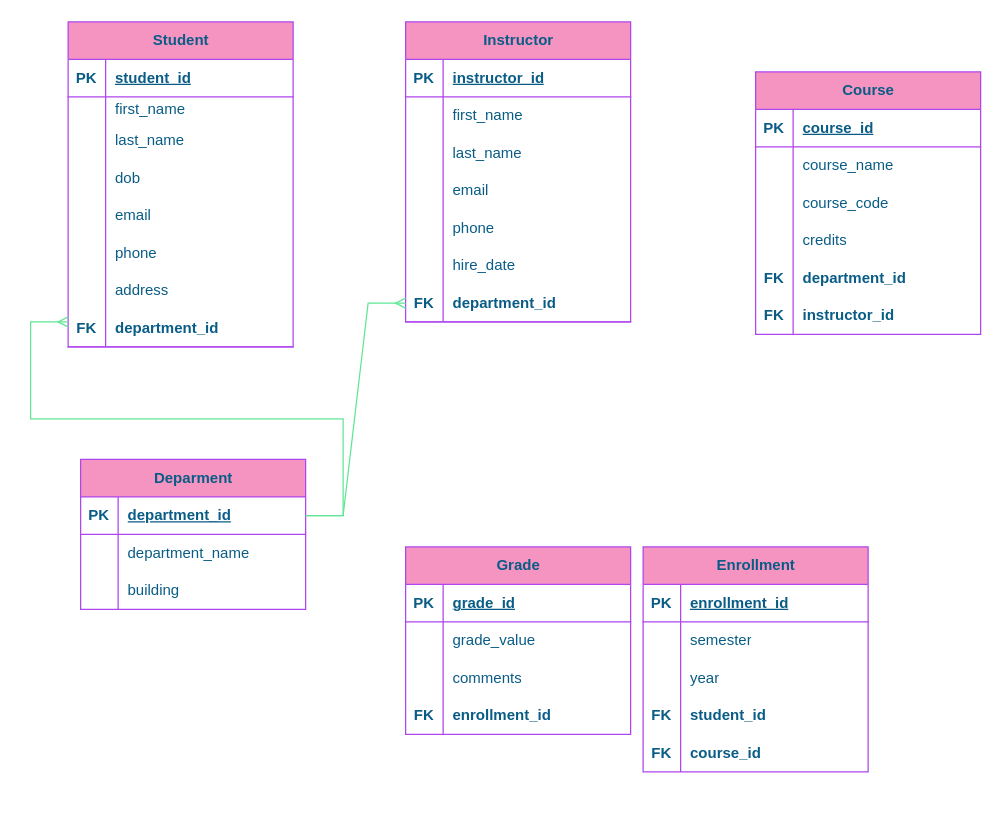
Earlier version of the draw.io diagram ERver1.drawio (queencherryd/CS1103). Source tidied: cells renumbered, new cells numbered last; positions are measured from the earlier drawing's top-left corner, leaving out a move shared by most shapes. Both pictures are drawn from the tidied source at 125%, with x=0, y=0 at pixel (68, 21).
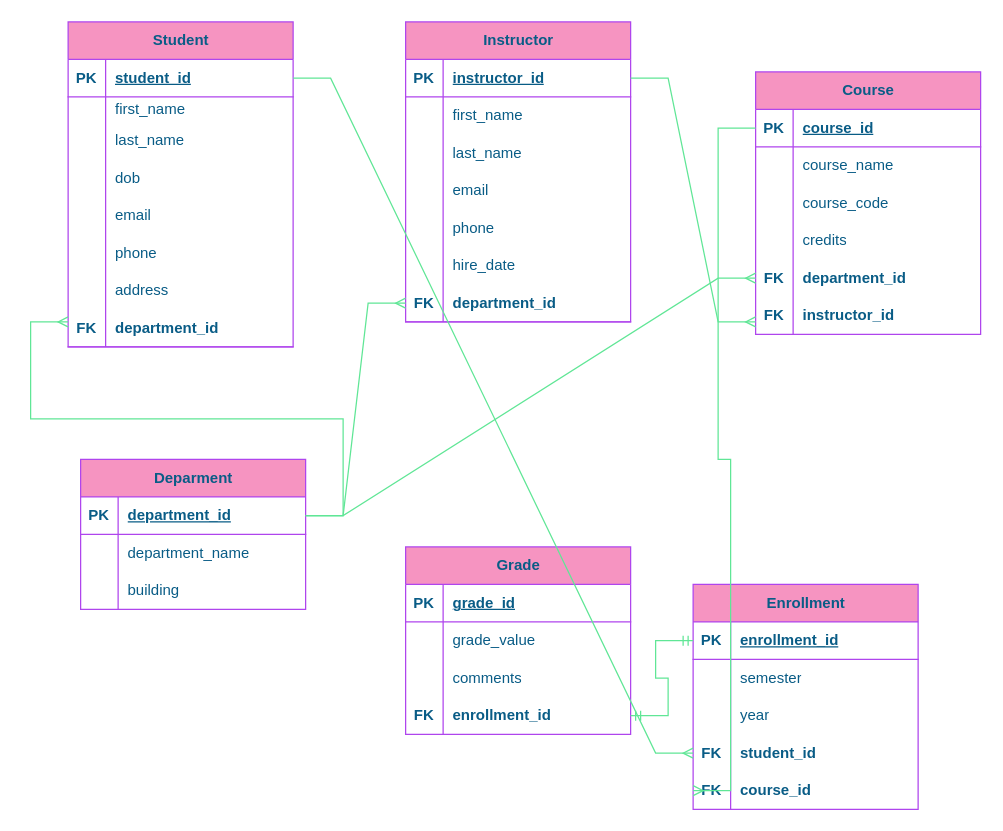
After the change.

Unchanged cells that the change refers to:
```xml
<mxCell id="3" style="shape=tableRow;horizontal=0;startSize=0;swimlaneHead=0;swimlaneBody=0;fillColor=none;points=[[0,0.5],[1,0.5]];portConstraint=eastwest;top=0;left=0;right=0;bottom=1;labelBackgroundColor=none;strokeColor=#AF45ED;fontColor=#095C86;" parent="2" vertex="1">
  <mxGeometry y="30" width="180" height="30" as="geometry" />
</mxCell>
<mxCell id="28" style="shape=tableRow;horizontal=0;startSize=0;swimlaneHead=0;swimlaneBody=0;fillColor=none;points=[[0,0.5],[1,0.5]];portConstraint=eastwest;top=0;left=0;right=0;bottom=1;labelBackgroundColor=none;strokeColor=#AF45ED;fontColor=#095C86;" parent="27" vertex="1">
  <mxGeometry y="30" width="180" height="30" as="geometry" />
</mxCell>
<mxCell id="50" style="shape=tableRow;horizontal=0;startSize=0;swimlaneHead=0;swimlaneBody=0;fillColor=none;points=[[0,0.5],[1,0.5]];portConstraint=eastwest;top=0;left=0;right=0;bottom=1;labelBackgroundColor=none;strokeColor=#AF45ED;fontColor=#095C86;" parent="49" vertex="1">
  <mxGeometry y="30" width="180" height="30" as="geometry" />
</mxCell>
<mxCell id="62" style="shape=tableRow;horizontal=0;startSize=0;swimlaneHead=0;swimlaneBody=0;fillColor=none;points=[[0,0.5],[1,0.5]];portConstraint=eastwest;top=0;left=0;right=0;bottom=0;labelBackgroundColor=none;strokeColor=#AF45ED;fontColor=#095C86;" parent="49" vertex="1">
  <mxGeometry y="150" width="180" height="30" as="geometry" />
</mxCell>
<mxCell id="69" style="shape=tableRow;horizontal=0;startSize=0;swimlaneHead=0;swimlaneBody=0;fillColor=none;points=[[0,0.5],[1,0.5]];portConstraint=eastwest;top=0;left=0;right=0;bottom=1;labelBackgroundColor=none;strokeColor=#AF45ED;fontColor=#095C86;" parent="68" vertex="1">
  <mxGeometry y="30" width="180" height="30" as="geometry" />
</mxCell>
<mxCell id="79" style="shape=tableRow;horizontal=0;startSize=0;swimlaneHead=0;swimlaneBody=0;fillColor=none;points=[[0,0.5],[1,0.5]];portConstraint=eastwest;top=0;left=0;right=0;bottom=1;labelBackgroundColor=none;strokeColor=#AF45ED;fontColor=#095C86;" parent="78" vertex="1">
  <mxGeometry y="30" width="180" height="30" as="geometry" />
</mxCell>
<mxCell id="88" style="shape=tableRow;horizontal=0;startSize=0;swimlaneHead=0;swimlaneBody=0;fillColor=none;points=[[0,0.5],[1,0.5]];portConstraint=eastwest;top=0;left=0;right=0;bottom=0;labelBackgroundColor=none;strokeColor=#AF45ED;fontColor=#095C86;" parent="78" vertex="1">
  <mxGeometry y="120" width="180" height="30" as="geometry" />
</mxCell>
<mxCell id="91" style="shape=tableRow;horizontal=0;startSize=0;swimlaneHead=0;swimlaneBody=0;fillColor=none;points=[[0,0.5],[1,0.5]];portConstraint=eastwest;top=0;left=0;right=0;bottom=0;labelBackgroundColor=none;strokeColor=#AF45ED;fontColor=#095C86;" parent="78" vertex="1">
  <mxGeometry y="150" width="180" height="30" as="geometry" />
</mxCell>
<mxCell id="104" style="shape=tableRow;horizontal=0;startSize=0;swimlaneHead=0;swimlaneBody=0;fillColor=none;points=[[0,0.5],[1,0.5]];portConstraint=eastwest;top=0;left=0;right=0;bottom=0;fontStyle=4;labelBackgroundColor=none;strokeColor=#AF45ED;fontColor=#095C86;" parent="94" vertex="1">
  <mxGeometry y="120" width="180" height="30" as="geometry" />
</mxCell>
```

Change to the diagram source:
```diff
@@
     <mxCell id="78" value="Enrollment" style="shape=table;startSize=30;childLayout=tableLayout;rowLines=0;fontStyle=1;align=center;html=1;labelBackgroundColor=none;fillColor=#F694C1;strokeColor=#AF45ED;fontColor=#095C86;" parent="1" vertex="1">
-      <mxGeometry x="460" y="420" width="180" height="180" as="geometry" />
+      <mxGeometry x="500" y="450" width="180" height="180" as="geometry" />
     </mxCell>
@@
+    <mxCell id="109" style="edgeStyle=entityRelationEdgeStyle;fontSize=12;html=1;endArrow=ERmany;rounded=0;strokeColor=#60E696;fontColor=#095C86;fillColor=#F694C1;entryX=0;entryY=0.5;entryDx=0;entryDy=0;exitX=1;exitY=0.5;exitDx=0;exitDy=0;" parent="1" edge="1" source="69" target="62">
+      <mxGeometry relative="1" as="geometry">
+        <Array as="points">
+          <mxPoint x="490" y="260" />
+          <mxPoint x="480" y="280" />
+        </Array>
+      </mxGeometry>
+    </mxCell>
+    <mxCell id="110" style="edgeStyle=entityRelationEdgeStyle;fontSize=12;html=1;endArrow=ERmany;rounded=0;strokeColor=#60E696;fontColor=#095C86;fillColor=#F694C1;entryX=1;entryY=0.5;entryDx=0;entryDy=0;" parent="1" edge="1" source="28">
+      <mxGeometry relative="1" as="geometry">
+        <mxPoint x="550" y="240" as="targetPoint" />
+        <Array as="points">
+          <mxPoint x="561" y="325" />
+        </Array>
+      </mxGeometry>
+    </mxCell>
+    <mxCell id="111" style="edgeStyle=entityRelationEdgeStyle;fontSize=12;html=1;endArrow=ERmany;rounded=0;strokeColor=#60E696;fontColor=#095C86;fillColor=#F694C1;exitX=1;exitY=0.5;exitDx=0;exitDy=0;entryX=0;entryY=0.5;entryDx=0;entryDy=0;" parent="1" edge="1" source="3" target="88">
+      <mxGeometry relative="1" as="geometry" />
+    </mxCell>
+    <mxCell id="112" style="edgeStyle=entityRelationEdgeStyle;fontSize=12;html=1;endArrow=ERmany;rounded=0;strokeColor=#60E696;fontColor=#095C86;fillColor=#F694C1;entryX=0;entryY=0.5;entryDx=0;entryDy=0;" parent="1" edge="1" source="50" target="91">
+      <mxGeometry relative="1" as="geometry" />
+    </mxCell>
+    <mxCell id="113" style="edgeStyle=entityRelationEdgeStyle;fontSize=12;html=1;endArrow=ERmandOne;startArrow=ERmandOne;rounded=0;strokeColor=#60E696;fontColor=#095C86;fillColor=#F694C1;exitX=0;exitY=0.5;exitDx=0;exitDy=0;entryX=1;entryY=0.5;entryDx=0;entryDy=0;" parent="1" edge="1" source="79" target="104">
+      <mxGeometry relative="1" as="geometry" />
+    </mxCell>
```
